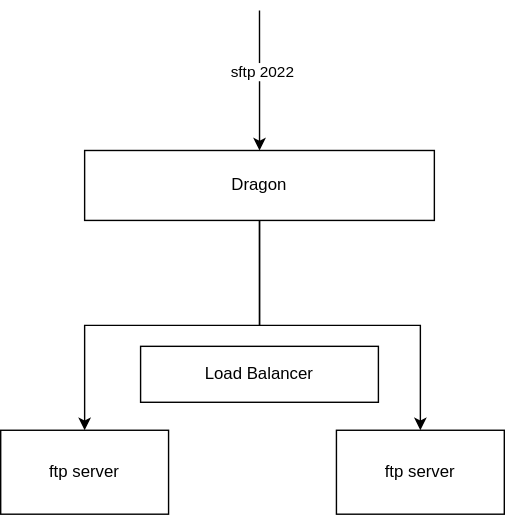
The draw.io diagram ftpport22.svg in vjavle/invoicecloud, before a commit. Source tidied: cells renumbered, new cells last; positions are measured from the earlier drawing's top-left corner, leaving out a move shared by most shapes.
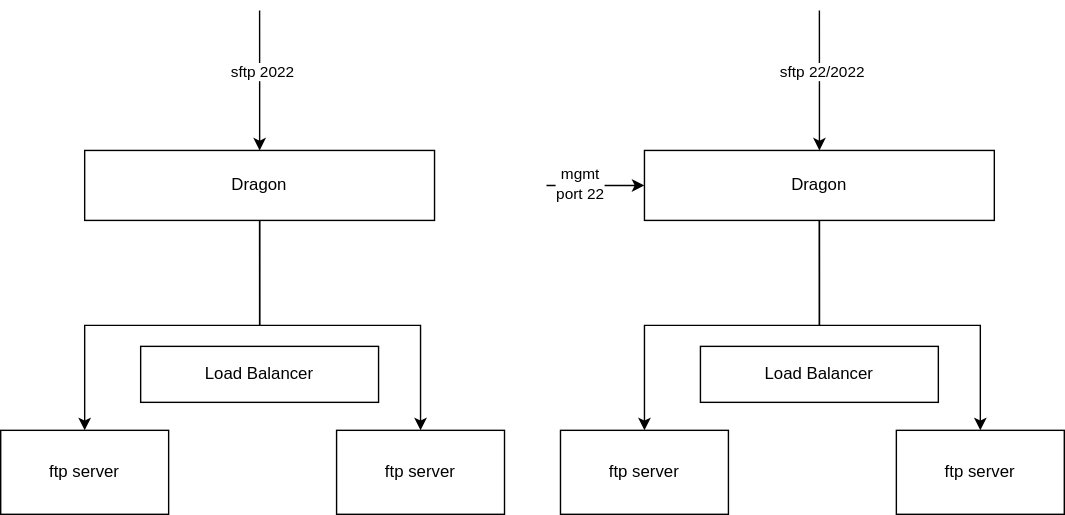
Later version of the same file.

Change to the diagram source:
```diff
@@ -32,5 +32,43 @@
     <mxCell id="9" value="Load Balancer" style="rounded=0;whiteSpace=wrap;html=1;" parent="1" vertex="1">
       <mxGeometry x="100" y="240" width="170" height="40" as="geometry" />
     </mxCell>
+    <mxCell id="10" style="edgeStyle=orthogonalEdgeStyle;rounded=0;jettySize=auto;html=1;endArrow=none;endFill=0;startArrow=classic;startFill=1;" parent="1" edge="1" source="15">
+      <mxGeometry relative="1" as="geometry">
+        <mxPoint x="585" as="targetPoint" />
+        <Array as="points">
+          <mxPoint x="585" y="50" />
+          <mxPoint x="585" y="50" />
+        </Array>
+      </mxGeometry>
+    </mxCell>
+    <mxCell id="11" value="sftp 22/2022" style="edgeLabel;html=1;align=center;verticalAlign=middle;" parent="10" vertex="1">
+      <mxGeometry x="0.13" y="-2" relative="1" as="geometry" />
+    </mxCell>
+    <mxCell id="12" style="edgeStyle=orthogonalEdgeStyle;rounded=0;jettySize=auto;html=1;startArrow=none;startFill=0;endArrow=classic;endFill=1;" parent="1" edge="1" source="15" target="16">
+      <mxGeometry relative="1" as="geometry" />
+    </mxCell>
+    <mxCell id="13" style="edgeStyle=orthogonalEdgeStyle;rounded=0;jettySize=auto;html=1;startArrow=classic;startFill=1;endArrow=none;endFill=0;" parent="1" edge="1" source="15">
+      <mxGeometry relative="1" as="geometry">
+        <mxPoint x="390" y="125" as="targetPoint" />
+      </mxGeometry>
+    </mxCell>
+    <mxCell id="14" value="mgmt&lt;br&gt;port 22" style="edgeLabel;html=1;align=center;verticalAlign=middle;" parent="13" vertex="1">
+      <mxGeometry x="0.32" y="-1" relative="1" as="geometry" />
+    </mxCell>
+    <mxCell id="15" value="Dragon" style="rounded=0;whiteSpace=wrap;html=1;" parent="1" vertex="1">
+      <mxGeometry x="460" y="100" width="250" height="50" as="geometry" />
+    </mxCell>
+    <mxCell id="16" value="ftp server" style="rounded=0;whiteSpace=wrap;html=1;" parent="1" vertex="1">
+      <mxGeometry x="400" y="300" width="120" height="60" as="geometry" />
+    </mxCell>
+    <mxCell id="17" style="edgeStyle=orthogonalEdgeStyle;rounded=0;jettySize=auto;html=1;entryX=0.5;entryY=1;entryDx=0;entryDy=0;startArrow=classic;startFill=1;endArrow=none;endFill=0;" parent="1" edge="1" source="18" target="15">
+      <mxGeometry relative="1" as="geometry" />
+    </mxCell>
+    <mxCell id="18" value="ftp server" style="rounded=0;whiteSpace=wrap;html=1;" parent="1" vertex="1">
+      <mxGeometry x="640" y="300" width="120" height="60" as="geometry" />
+    </mxCell>
+    <mxCell id="19" value="Load Balancer" style="rounded=0;whiteSpace=wrap;html=1;" parent="1" vertex="1">
+      <mxGeometry x="500" y="240" width="170" height="40" as="geometry" />
+    </mxCell>
   </root>
 </mxGraphModel>
```
